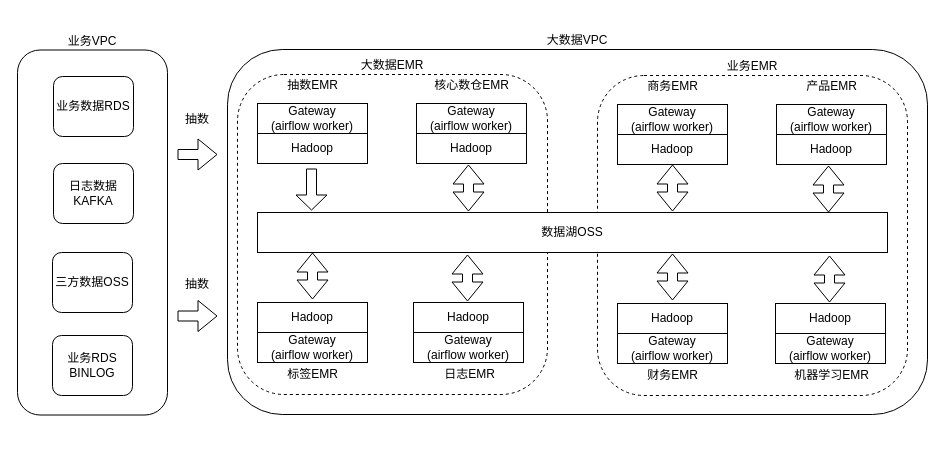
Earlier version of the draw.io diagram datalake.drawio (jimmycheng603/findmaven). Source tidied: cells renumbered, new cells numbered last; positions are measured from the earlier drawing's top-left corner, leaving out a move shared by most shapes. Both pictures are drawn from the tidied source at 100%, with x=0, y=0 at pixel (17, 49).
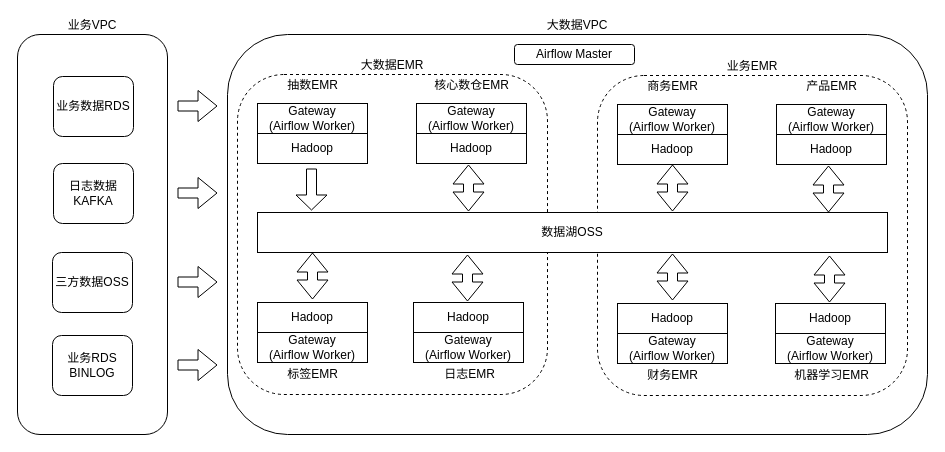
Above is the later version.

Unchanged cells that the change refers to:
```xml
<mxCell id="5" style="group;" parent="1" vertex="1">
  <mxGeometry x="600" y="27" width="110" height="88" as="geometry" />
</mxCell>
<mxCell id="9" style="group;" parent="1" vertex="1">
  <mxGeometry x="759" y="27" width="110" height="88" as="geometry" />
</mxCell>
<mxCell id="15" style="group;" parent="1" vertex="1">
  <mxGeometry x="600" y="254" width="110" height="82" as="geometry" />
</mxCell>
<mxCell id="19" style="group;" parent="1" vertex="1">
  <mxGeometry x="758" y="254" width="110" height="82" as="geometry" />
</mxCell>
<mxCell id="27" style="group;" parent="1" vertex="1">
  <mxGeometry x="240" y="26" width="110" height="88" as="geometry" />
</mxCell>
<mxCell id="31" style="group;" parent="1" vertex="1">
  <mxGeometry x="399" y="26" width="110" height="88" as="geometry" />
</mxCell>
<mxCell id="37" style="group;" parent="1" vertex="1">
  <mxGeometry x="240" y="253" width="110" height="82" as="geometry" />
</mxCell>
<mxCell id="41" style="group;" parent="1" vertex="1">
  <mxGeometry x="396" y="253" width="110" height="82" as="geometry" />
</mxCell>
```

Diff of the diagram source:
```diff
@@
     <mxCell id="2" value="业务VPC" style="rounded=1;whiteSpace=wrap;html=1;labelPosition=center;verticalLabelPosition=top;align=center;verticalAlign=bottom;" parent="1" vertex="1">
-      <mxGeometry y="0.5" width="150" height="365" as="geometry" />
+      <mxGeometry y="-15" width="150" height="400" as="geometry" />
     </mxCell>
     <mxCell id="3" value="大数据VPC" style="rounded=1;whiteSpace=wrap;html=1;labelPosition=center;verticalLabelPosition=top;align=center;verticalAlign=bottom;" parent="1" vertex="1">
-      <mxGeometry x="210" width="700" height="365" as="geometry" />
+      <mxGeometry x="210" y="-15" width="700" height="400" as="geometry" />
     </mxCell>
@@
-    <mxCell id="6" value="Gateway&lt;br&gt;(airflow worker)" style="rounded=0;whiteSpace=wrap;html=1;" parent="5" vertex="1">
+    <mxCell id="6" value="Gateway&lt;br&gt;(Airflow Worker)" style="rounded=0;whiteSpace=wrap;html=1;" parent="5" vertex="1">
       <mxGeometry y="28" width="110" height="30" as="geometry" />
     </mxCell>
@@
-    <mxCell id="10" value="Gateway&lt;br&gt;(airflow worker)" style="rounded=0;whiteSpace=wrap;html=1;" parent="9" vertex="1">
+    <mxCell id="10" value="Gateway&lt;br&gt;(Airflow Worker)" style="rounded=0;whiteSpace=wrap;html=1;" parent="9" vertex="1">
       <mxGeometry y="28" width="110" height="30" as="geometry" />
     </mxCell>
@@
-    <mxCell id="16" value="Gateway&lt;br&gt;(airflow worker)" style="rounded=0;whiteSpace=wrap;html=1;" parent="15" vertex="1">
+    <mxCell id="16" value="Gateway&lt;br&gt;(Airflow Worker)" style="rounded=0;whiteSpace=wrap;html=1;" parent="15" vertex="1">
       <mxGeometry y="30" width="110" height="30" as="geometry" />
     </mxCell>
@@
-    <mxCell id="20" value="Gateway&lt;br&gt;(airflow worker)" style="rounded=0;whiteSpace=wrap;html=1;" parent="19" vertex="1">
+    <mxCell id="20" value="Gateway&lt;br&gt;(Airflow Worker)" style="rounded=0;whiteSpace=wrap;html=1;" parent="19" vertex="1">
       <mxGeometry y="30" width="110" height="30" as="geometry" />
     </mxCell>
@@
-    <mxCell id="28" value="Gateway&lt;br&gt;(airflow worker)" style="rounded=0;whiteSpace=wrap;html=1;" parent="27" vertex="1">
+    <mxCell id="28" value="Gateway&lt;br&gt;(Airflow Worker)" style="rounded=0;whiteSpace=wrap;html=1;" parent="27" vertex="1">
       <mxGeometry y="28" width="110" height="30" as="geometry" />
     </mxCell>
@@
-    <mxCell id="32" value="Gateway&lt;br&gt;(airflow worker)" style="rounded=0;whiteSpace=wrap;html=1;" parent="31" vertex="1">
+    <mxCell id="32" value="Gateway&lt;br&gt;(Airflow Worker)" style="rounded=0;whiteSpace=wrap;html=1;" parent="31" vertex="1">
       <mxGeometry y="28" width="110" height="30" as="geometry" />
     </mxCell>
@@
-    <mxCell id="38" value="Gateway&lt;br&gt;(airflow worker)" style="rounded=0;whiteSpace=wrap;html=1;" parent="37" vertex="1">
+    <mxCell id="38" value="Gateway&lt;br&gt;(Airflow Worker)" style="rounded=0;whiteSpace=wrap;html=1;" parent="37" vertex="1">
       <mxGeometry y="30" width="110" height="30" as="geometry" />
     </mxCell>
@@
-    <mxCell id="42" value="Gateway&lt;br&gt;(airflow worker)" style="rounded=0;whiteSpace=wrap;html=1;" parent="41" vertex="1">
+    <mxCell id="42" value="Gateway&lt;br&gt;(Airflow Worker)" style="rounded=0;whiteSpace=wrap;html=1;" parent="41" vertex="1">
       <mxGeometry y="30" width="110" height="30" as="geometry" />
     </mxCell>
@@
     <mxCell id="48" style="shape=flexArrow;endArrow=classic;html=1;" parent="1" edge="1">
       <mxGeometry relative="1" as="geometry">
-        <mxPoint x="160" y="266.5" as="sourcePoint" />
-        <mxPoint x="200" y="266.5" as="targetPoint" />
+        <mxPoint x="160" y="143.5" as="sourcePoint" />
+        <mxPoint x="200" y="143.5" as="targetPoint" />
       </mxGeometry>
     </mxCell>
     <mxCell id="49" style="shape=flexArrow;endArrow=classic;html=1;" parent="1" edge="1">
       <mxGeometry relative="1" as="geometry">
-        <mxPoint x="160" y="105" as="sourcePoint" />
-        <mxPoint x="200" y="105" as="targetPoint" />
+        <mxPoint x="160" y="56.5" as="sourcePoint" />
+        <mxPoint x="200" y="56.5" as="targetPoint" />
       </mxGeometry>
     </mxCell>
-    <mxCell id="50" value="抽数" style="text;html=1;strokeColor=none;fillColor=none;align=center;verticalAlign=middle;whiteSpace=wrap;rounded=0;" parent="1" vertex="1">
-      <mxGeometry x="160" y="60" width="40" height="20" as="geometry" />
-    </mxCell>
-    <mxCell id="51" value="抽数" style="text;html=1;strokeColor=none;fillColor=none;align=center;verticalAlign=middle;whiteSpace=wrap;rounded=0;" parent="1" vertex="1">
-      <mxGeometry x="160" y="225" width="40" height="20" as="geometry" />
-    </mxCell>
@@
+    <mxCell id="55" style="shape=flexArrow;endArrow=classic;html=1;" parent="1" edge="1">
+      <mxGeometry relative="1" as="geometry">
+        <mxPoint x="160" y="232.5" as="sourcePoint" />
+        <mxPoint x="200" y="232.5" as="targetPoint" />
+      </mxGeometry>
+    </mxCell>
+    <mxCell id="56" style="shape=flexArrow;endArrow=classic;html=1;" parent="1" edge="1">
+      <mxGeometry relative="1" as="geometry">
+        <mxPoint x="160" y="315.5" as="sourcePoint" />
+        <mxPoint x="200" y="315.5" as="targetPoint" />
+      </mxGeometry>
+    </mxCell>
+    <mxCell id="57" value="Airflow Master" style="rounded=1;whiteSpace=wrap;html=1;" parent="1" vertex="1">
+      <mxGeometry x="497" y="-5" width="120" height="20" as="geometry" />
+    </mxCell>
```
